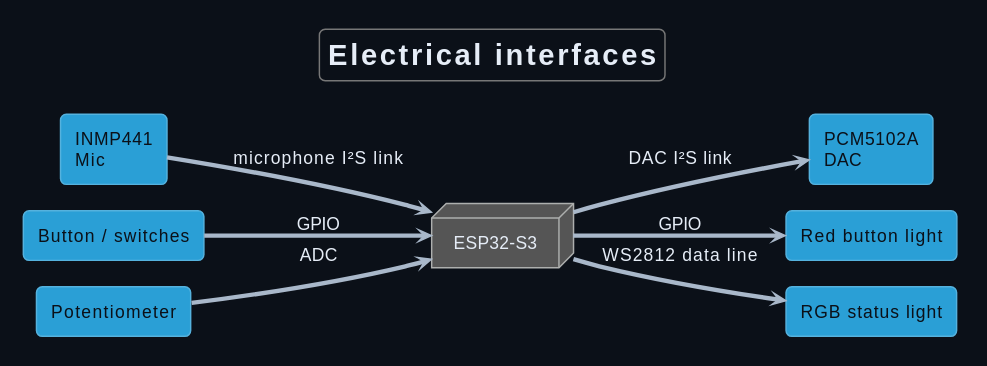
This is Development/system/architecture/system/rendered/electrical_interfaces.svg from DemonicPsychoII/DigitalStethoscope, a PlantUML export, as it was before one commit.
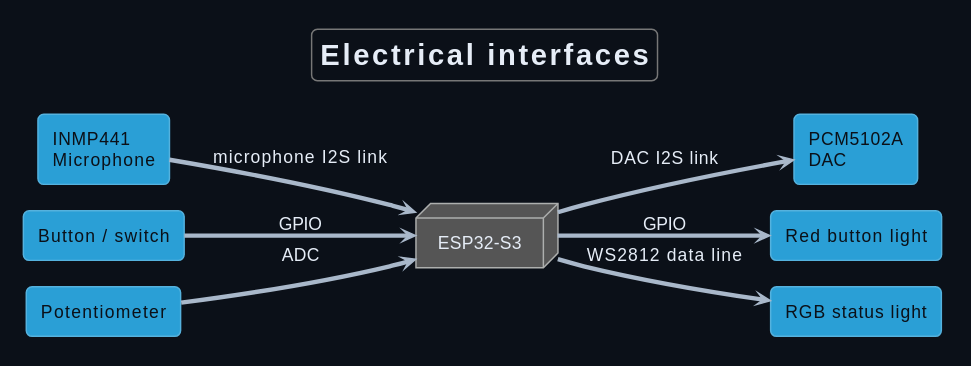
Above is the later version.

The edit, as a diff of the source:
```diff
@@ -7,28 +7,20 @@
 skinparam ArrowColor #a9b8ca
 skinparam component {
  FontColor #0b1018
- BackgroundColor<<optional>> #273241
- BorderColor<<optional>> #61738a
- FontColor<<optional>> #b8c4d4
-}
-skinparam artifact {
- BackgroundColor<<optional>> #273241
- BorderColor<<optional>> #61738a
- FontColor<<optional>> #b8c4d4
 }
 skinparam componentStyle rectangle
 skinparam defaultFontName SansSerif
 title Electrical interfaces
 left to right direction
-component "INMP441\nMic" as mic
+component "INMP441\nMicrophone" as mic
 component "PCM5102A\nDAC" as dac
 node "ESP32-S3" as cpu
-component "Button / switches" as controls
+component "Button / switch" as controls
 component "Potentiometer" as pot
 component "Red button light" as buttonLight
 component "RGB status light" as statusLight
-mic --> cpu : microphone I²S link
-cpu --> dac : DAC I²S link
+mic --> cpu : microphone I2S link
+cpu --> dac : DAC I2S link
 controls --> cpu : GPIO
 pot --> cpu : ADC
 cpu --> buttonLight : GPIO
```
